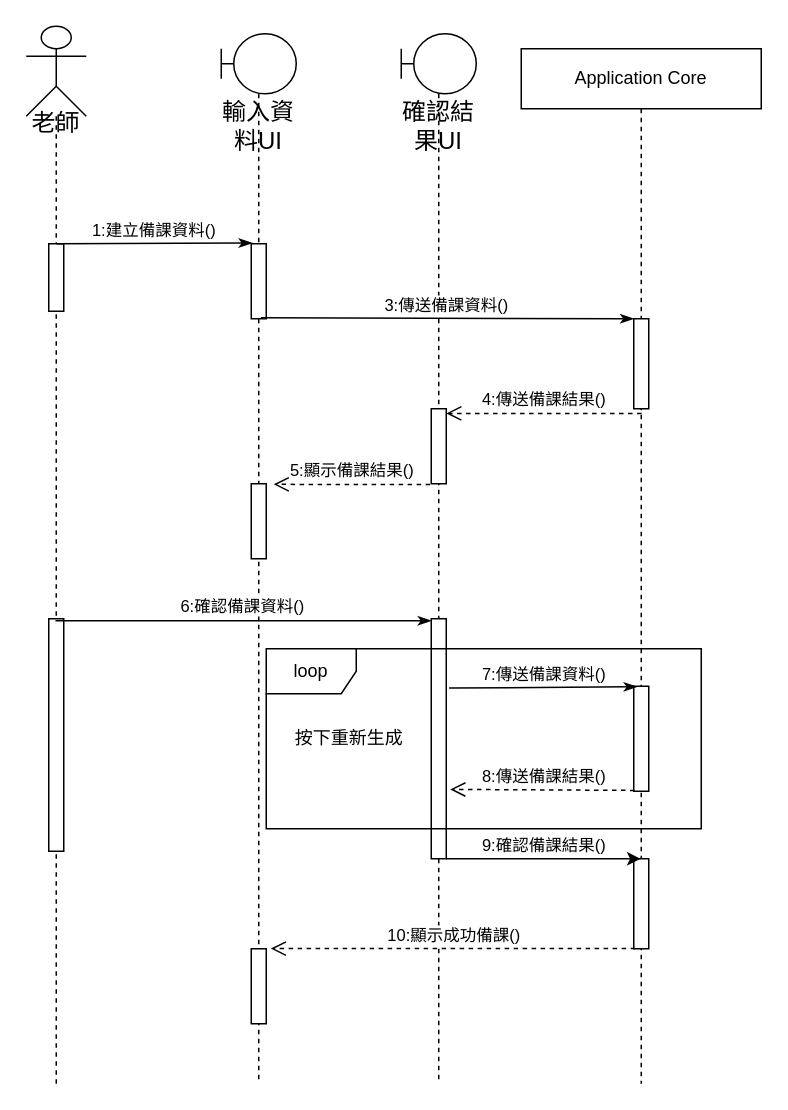
This is UI循序圖(建立備課資料) copy.drawio from Kevincheng0804/System-analysis, a draw.io file, before an edit. Source tidied: cells renumbered, new cells numbered last; positions are measured from the earlier drawing's top-left corner, leaving out a move shared by most shapes. Both pictures are drawn from the tidied source at 150%, with x=0, y=0 at pixel (26, 26).
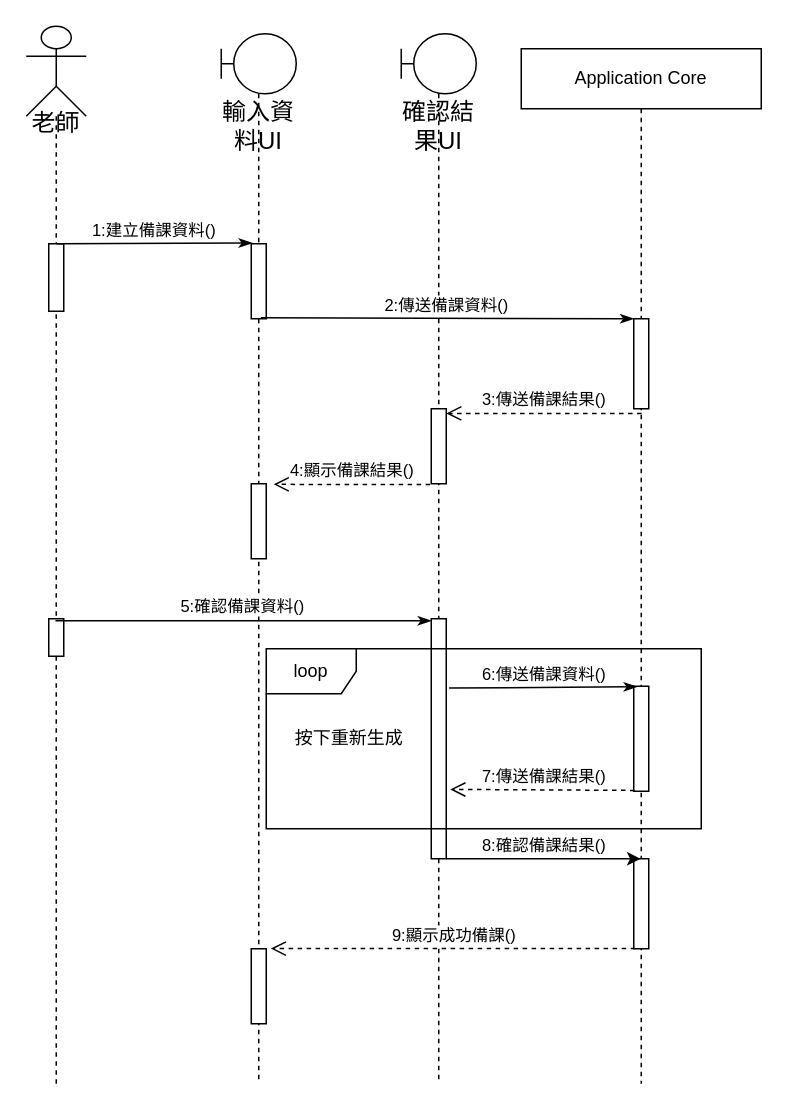
The same page after the edit.

The change refers to these unchanged cells:
```xml
<mxCell id="2" value="&lt;p&gt;&lt;font style=&quot;font-size: 16px;&quot;&gt;老師&lt;/font&gt;&lt;/p&gt;" style="shape=umlLifeline;participant=umlActor;perimeter=lifelinePerimeter;whiteSpace=wrap;html=1;verticalAlign=top;spacingTop=36;size=60;align=center;" parent="1" vertex="1">
  <mxGeometry width="40" height="705" as="geometry" />
</mxCell>
<mxCell id="6" style="html=1;points=[];perimeter=orthogonalPerimeter;" parent="5" vertex="1">
  <mxGeometry x="20" y="140" width="10" height="50" as="geometry" />
</mxCell>
<mxCell id="7" style="html=1;points=[];perimeter=orthogonalPerimeter;" parent="5" vertex="1">
  <mxGeometry x="20" y="610" width="10" height="50" as="geometry" />
</mxCell>
<mxCell id="8" style="html=1;points=[];perimeter=orthogonalPerimeter;" parent="5" vertex="1">
  <mxGeometry x="20" y="300" width="10" height="50" as="geometry" />
</mxCell>
<mxCell id="10" style="html=1;points=[];perimeter=orthogonalPerimeter;" parent="9" vertex="1">
  <mxGeometry x="20" y="250" width="10" height="50" as="geometry" />
</mxCell>
<mxCell id="11" style="html=1;points=[];perimeter=orthogonalPerimeter;" parent="9" vertex="1">
  <mxGeometry x="20" y="390" width="10" height="160" as="geometry" />
</mxCell>
<mxCell id="13" style="html=1;points=[];perimeter=orthogonalPerimeter;" parent="12" vertex="1">
  <mxGeometry x="75" y="180" width="10" height="60" as="geometry" />
</mxCell>
<mxCell id="14" style="html=1;points=[];perimeter=orthogonalPerimeter;" parent="12" vertex="1">
  <mxGeometry x="75" y="425" width="10" height="70" as="geometry" />
</mxCell>
<mxCell id="16" style="html=1;points=[];perimeter=orthogonalPerimeter;" parent="12" vertex="1">
  <mxGeometry x="75" y="540" width="10" height="60" as="geometry" />
</mxCell>
```

Diff of the diagram source:
```diff
@@
     <mxCell id="4" style="html=1;perimeter=orthogonalPerimeter;" parent="2" vertex="1">
-      <mxGeometry x="15" y="395" width="10" height="155" as="geometry" />
+      <mxGeometry x="15" y="395" width="10" height="25" as="geometry" />
     </mxCell>
@@
-    <mxCell id="18" value="3:傳送備課資料()" style="html=1;verticalAlign=bottom;endArrow=classicThin;endFill=1;exitX=0.64;exitY=0.988;exitDx=0;exitDy=0;exitPerimeter=0;" parent="1" edge="1" source="6" target="13">
+    <mxCell id="18" value="2:傳送備課資料()" style="html=1;verticalAlign=bottom;endArrow=classicThin;endFill=1;exitX=0.64;exitY=0.988;exitDx=0;exitDy=0;exitPerimeter=0;" parent="1" edge="1" source="6" target="13">
       <mxGeometry relative="1" as="geometry" />
     </mxCell>
-    <mxCell id="19" value="4:傳送備課結果()" style="html=1;verticalAlign=bottom;endArrow=open;dashed=1;endSize=8;exitX=0.521;exitY=1.052;exitDx=0;exitDy=0;exitPerimeter=0;" parent="1" edge="1" source="13" target="10">
+    <mxCell id="19" value="3:傳送備課結果()" style="html=1;verticalAlign=bottom;endArrow=open;dashed=1;endSize=8;exitX=0.521;exitY=1.052;exitDx=0;exitDy=0;exitPerimeter=0;" parent="1" edge="1" source="13" target="10">
       <mxGeometry relative="1" as="geometry" />
     </mxCell>
-    <mxCell id="20" value="5:顯示備課結果()" style="html=1;verticalAlign=bottom;endArrow=open;dashed=1;endSize=8;exitX=-0.076;exitY=1.011;exitDx=0;exitDy=0;exitPerimeter=0;entryX=1.497;entryY=0.008;entryDx=0;entryDy=0;entryPerimeter=0;" parent="1" edge="1" source="10" target="8">
+    <mxCell id="20" value="4:顯示備課結果()" style="html=1;verticalAlign=bottom;endArrow=open;dashed=1;endSize=8;exitX=-0.076;exitY=1.011;exitDx=0;exitDy=0;exitPerimeter=0;entryX=1.497;entryY=0.008;entryDx=0;entryDy=0;entryPerimeter=0;" parent="1" edge="1" source="10" target="8">
       <mxGeometry relative="1" as="geometry" />
     </mxCell>
-    <mxCell id="21" value="6:確認備課資料()" style="html=1;verticalAlign=bottom;endArrow=classicThin;endFill=1;entryX=0.003;entryY=0.008;entryDx=0;entryDy=0;entryPerimeter=0;" parent="1" edge="1" target="11">
+    <mxCell id="21" value="5:確認備課資料()" style="html=1;verticalAlign=bottom;endArrow=classicThin;endFill=1;entryX=0.003;entryY=0.008;entryDx=0;entryDy=0;entryPerimeter=0;" parent="1" edge="1" target="11">
       <mxGeometry relative="1" as="geometry">
         <mxPoint x="19.5" y="396.3" as="sourcePoint" />
       </mxGeometry>
     </mxCell>
-    <mxCell id="22" value="7:傳送備課資料()" style="html=1;verticalAlign=bottom;endArrow=classicThin;endFill=1;exitX=1.188;exitY=0.289;exitDx=0;exitDy=0;exitPerimeter=0;entryX=0.231;entryY=0.005;entryDx=0;entryDy=0;entryPerimeter=0;" parent="1" edge="1" source="11" target="14">
+    <mxCell id="22" value="6:傳送備課資料()" style="html=1;verticalAlign=bottom;endArrow=classicThin;endFill=1;exitX=1.188;exitY=0.289;exitDx=0;exitDy=0;exitPerimeter=0;entryX=0.231;entryY=0.005;entryDx=0;entryDy=0;entryPerimeter=0;" parent="1" edge="1" source="11" target="14">
       <mxGeometry relative="1" as="geometry" />
     </mxCell>
-    <mxCell id="23" value="8:傳送備課結果()" style="html=1;verticalAlign=bottom;endArrow=open;dashed=1;endSize=8;exitX=0.052;exitY=0.992;exitDx=0;exitDy=0;exitPerimeter=0;entryX=1.269;entryY=0.711;entryDx=0;entryDy=0;entryPerimeter=0;" parent="1" edge="1" source="14" target="11">
+    <mxCell id="23" value="7:傳送備課結果()" style="html=1;verticalAlign=bottom;endArrow=open;dashed=1;endSize=8;exitX=0.052;exitY=0.992;exitDx=0;exitDy=0;exitPerimeter=0;entryX=1.269;entryY=0.711;entryDx=0;entryDy=0;entryPerimeter=0;" parent="1" edge="1" source="14" target="11">
       <mxGeometry relative="1" as="geometry" />
     </mxCell>
@@
-    <mxCell id="25" value="9:確認備課結果()" style="html=1;verticalAlign=bottom;endArrow=classic;endFill=1;" parent="1" edge="1">
+    <mxCell id="25" value="8:確認備課結果()" style="html=1;verticalAlign=bottom;endArrow=classic;endFill=1;" parent="1" edge="1">
       <mxGeometry relative="1" as="geometry">
         <mxPoint x="280" y="555" as="sourcePoint" />
         <mxPoint x="409.5" y="555" as="targetPoint" />
       </mxGeometry>
     </mxCell>
-    <mxCell id="26" value="10:顯示成功備課()" style="html=1;verticalAlign=bottom;endArrow=open;dashed=1;endSize=8;exitX=0.092;exitY=0.996;exitDx=0;exitDy=0;exitPerimeter=0;entryX=1.307;entryY=-0.002;entryDx=0;entryDy=0;entryPerimeter=0;" parent="1" edge="1" source="16" target="7">
+    <mxCell id="26" value="9:顯示成功備課()" style="html=1;verticalAlign=bottom;endArrow=open;dashed=1;endSize=8;exitX=0.092;exitY=0.996;exitDx=0;exitDy=0;exitPerimeter=0;entryX=1.307;entryY=-0.002;entryDx=0;entryDy=0;entryPerimeter=0;" parent="1" edge="1" source="16" target="7">
       <mxGeometry relative="1" as="geometry" />
     </mxCell>
```
